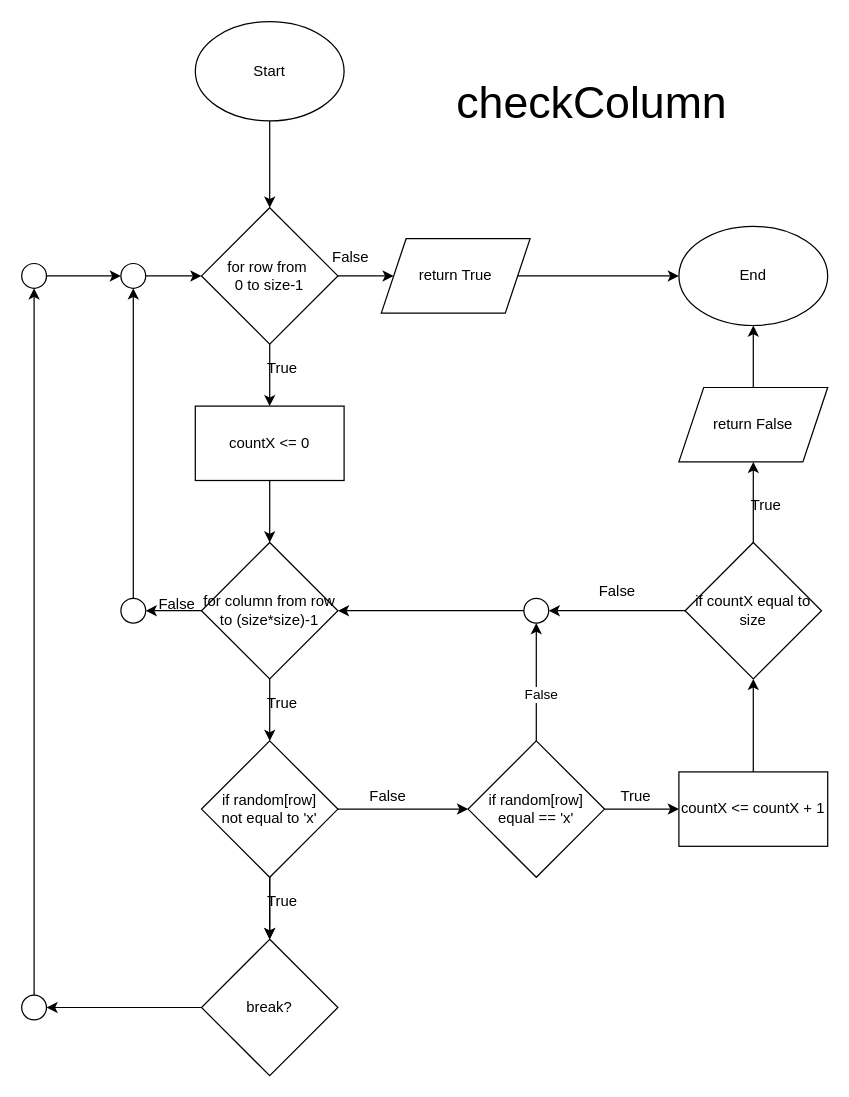
Before: page "checkColumn" (4 of 9) of flowchart.drawio in NCCHANG/Assignment_T2220, a draw.io diagram. Source tidied: cells renumbered, new cells numbered last; positions are measured from the earlier drawing's top-left corner, leaving out a move shared by most shapes. Both pictures are drawn from the tidied source at 124%, with x=0, y=0 at pixel (21, 21).
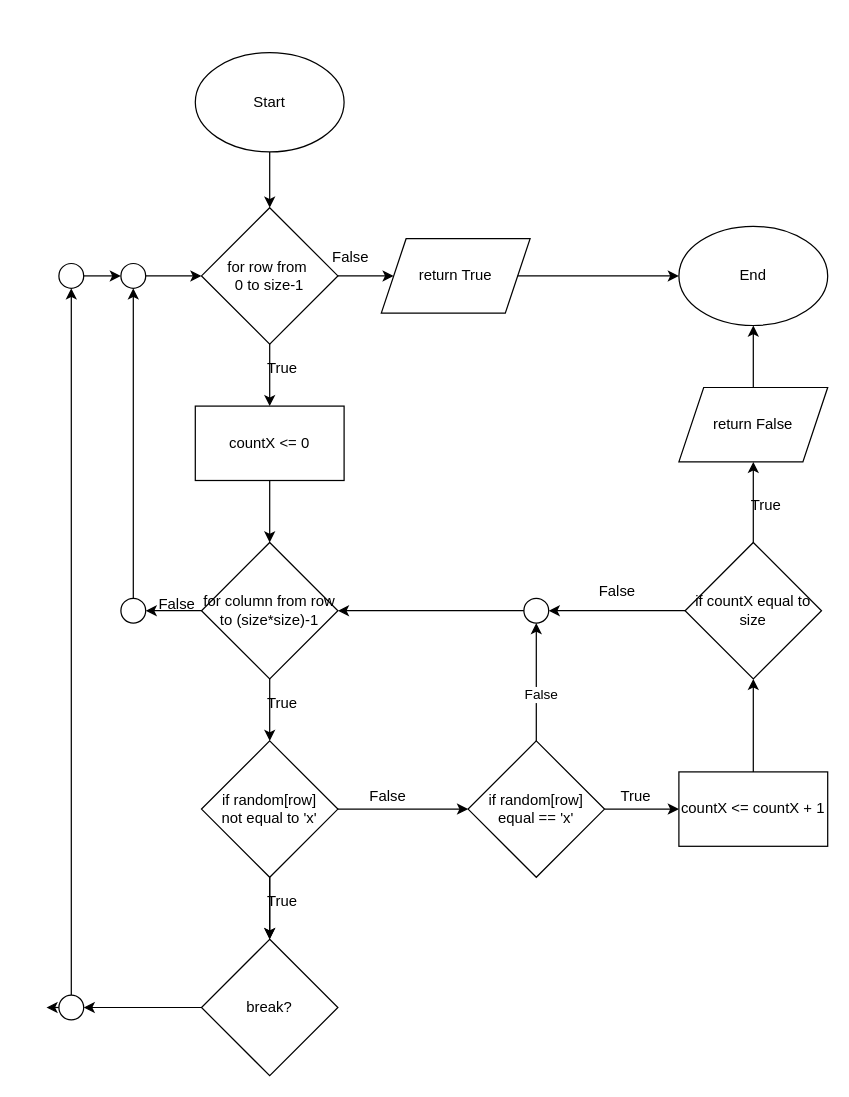
Above is the later version.

Unchanged cells that the change refers to:
```xml
<mxCell id="14" value="break?" style="rhombus;whiteSpace=wrap;html=1;" parent="1" vertex="1">
  <mxGeometry x="145" y="740" width="110" height="110" as="geometry" />
</mxCell>
```

Change to the diagram source:
```diff
@@
     <mxCell id="2" value="Start" style="ellipse;whiteSpace=wrap;html=1;" parent="1" vertex="1">
-      <mxGeometry x="140" width="120" height="80" as="geometry" />
+      <mxGeometry x="140" y="25" width="120" height="80" as="geometry" />
     </mxCell>
@@
-    <mxCell id="35" style="endArrow=classic;html=1;rounded=0;exitX=0;exitY=0.5;exitDx=0;exitDy=0;" parent="1" edge="1" source="14">
+    <mxCell id="35" style="endArrow=classic;html=1;rounded=0;exitX=0;exitY=0.5;exitDx=0;exitDy=0;" parent="1" edge="1" source="36">
       <mxGeometry relative="1" as="geometry">
         <mxPoint x="20" y="795" as="targetPoint" />
       </mxGeometry>
     </mxCell>
-    <mxCell id="36" style="ellipse;whiteSpace=wrap;html=1;" parent="1" vertex="1">
-      <mxGeometry y="785" width="20" height="20" as="geometry" />
-    </mxCell>
@@
     <mxCell id="38" style="ellipse;whiteSpace=wrap;html=1;" parent="1" vertex="1">
-      <mxGeometry y="195" width="20" height="20" as="geometry" />
+      <mxGeometry x="30" y="195" width="20" height="20" as="geometry" />
     </mxCell>
@@
-    <mxCell id="51" value="&lt;font style=&quot;font-size: 36px;&quot;&gt;checkColumn&lt;/font&gt;" style="text;html=1;strokeColor=none;fillColor=none;align=center;verticalAlign=middle;whiteSpace=wrap;rounded=0;" parent="1" vertex="1">
-      <mxGeometry x="430" y="50" width="60" height="30" as="geometry" />
-    </mxCell>
+    <mxCell id="52" style="endArrow=classic;html=1;rounded=0;exitX=0;exitY=0.5;exitDx=0;exitDy=0;" parent="1" edge="1" source="14" target="36">
+      <mxGeometry relative="1" as="geometry" />
+    </mxCell>
+    <mxCell id="36" style="ellipse;whiteSpace=wrap;html=1;" parent="1" vertex="1">
+      <mxGeometry x="30" y="785" width="20" height="20" as="geometry" />
+    </mxCell>
```
